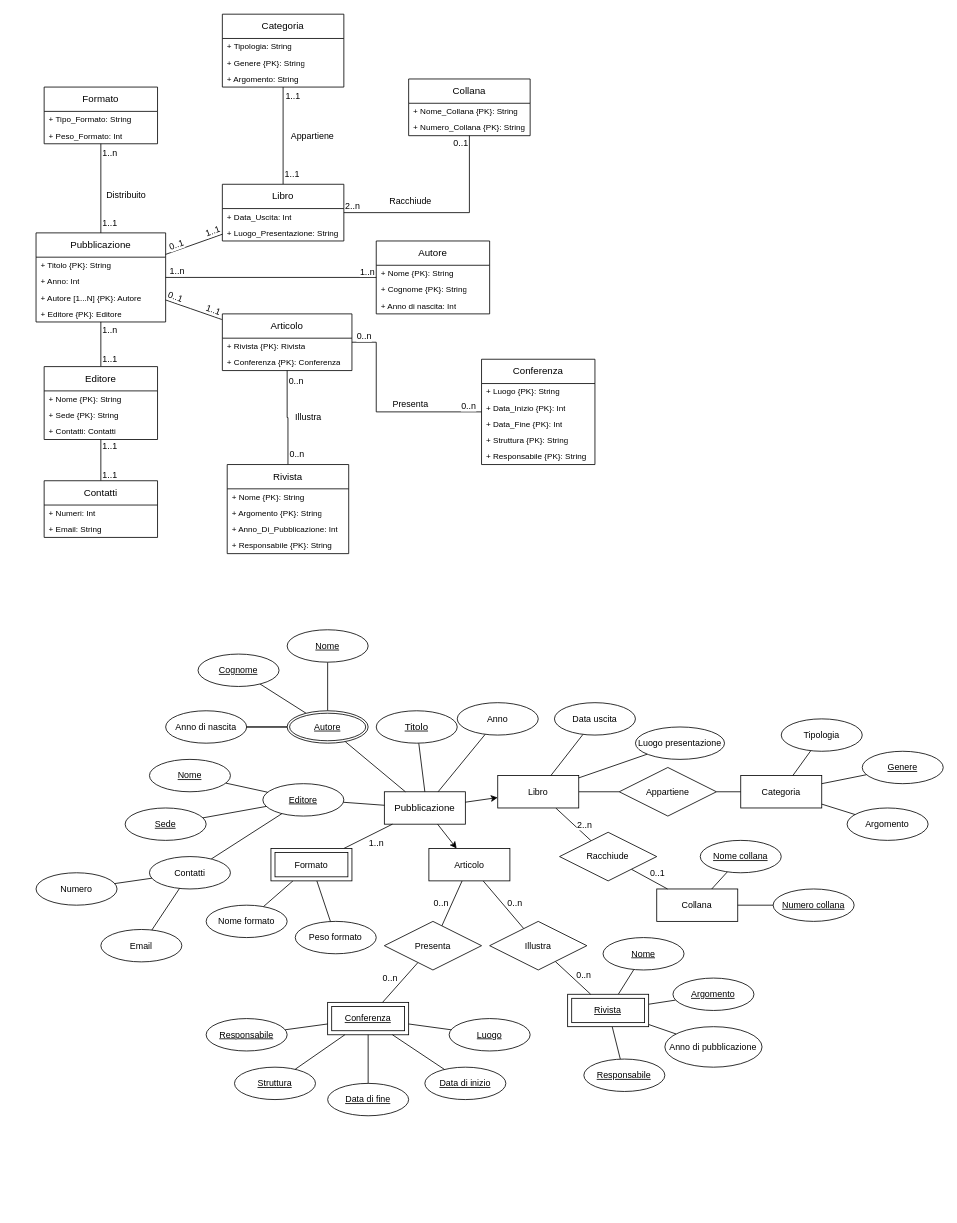
Above: Diagramma senza titolo.drawio in Mario-jpeg/Mario-jpeg (draw.io), before the change. Source tidied: cells renumbered, new cells numbered last; positions are measured from the earlier drawing's top-left corner, leaving out a move shared by most shapes. Both pictures are drawn from the tidied source at 81%, with x=0, y=0 at pixel (36, 14).
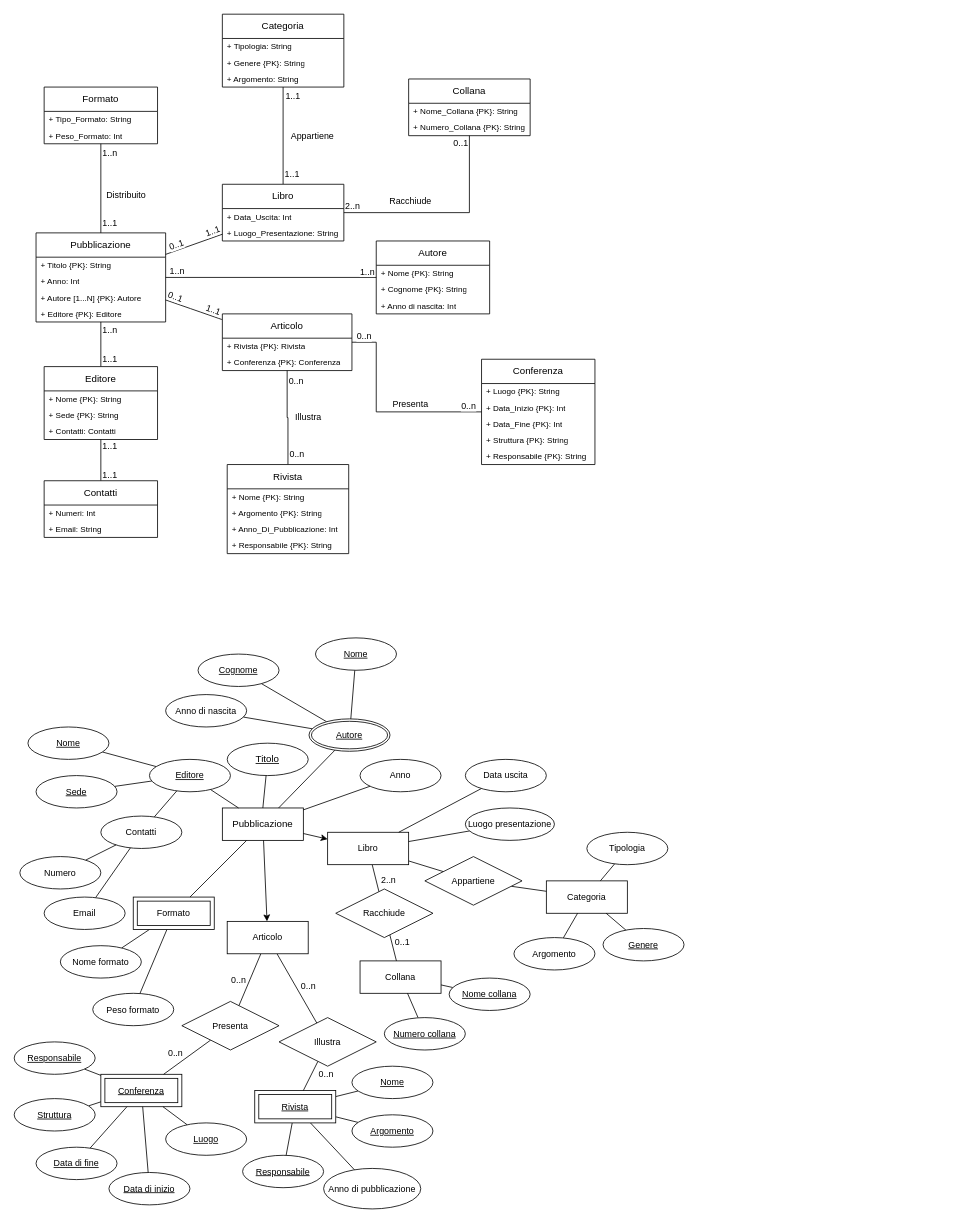
The same page after the edit.

The change refers to these unchanged cells:
```xml
<mxCell id="87" style="edgeStyle=none;shape=connector;rounded=0;jettySize=auto;html=1;strokeColor=default;align=center;verticalAlign=middle;fontFamily=Helvetica;fontSize=11;fontColor=default;labelBackgroundColor=default;startFill=0;endArrow=none;" parent="1" edge="1" source="127" target="80">
  <mxGeometry relative="1" as="geometry" />
</mxCell>
```

The edit, as a diff of the source:
```diff
@@
     <mxCell id="80" value="Pubblicazione" style="whiteSpace=wrap;html=1;align=center;" parent="1" vertex="1">
-      <mxGeometry x="430" y="960" width="100" height="40" as="geometry" />
+      <mxGeometry x="230" y="980" width="100" height="40" as="geometry" />
     </mxCell>
@@
     <mxCell id="82" value="&lt;u&gt;Titolo&lt;/u&gt;" style="ellipse;whiteSpace=wrap;html=1;align=center;" parent="1" vertex="1">
-      <mxGeometry x="420" y="860" width="100" height="40" as="geometry" />
+      <mxGeometry x="236" y="900" width="100" height="40" as="geometry" />
     </mxCell>
@@
     <mxCell id="84" value="Anno" style="ellipse;whiteSpace=wrap;html=1;align=center;fontFamily=Helvetica;fontSize=11;fontColor=default;labelBackgroundColor=default;" parent="1" vertex="1">
-      <mxGeometry x="520" y="850" width="100" height="40" as="geometry" />
+      <mxGeometry x="400" y="920" width="100" height="40" as="geometry" />
     </mxCell>
@@
-    <mxCell id="88" value="1..n" style="edgeLabel;html=1;align=center;verticalAlign=middle;fontFamily=Helvetica;fontSize=11;fontColor=default;labelBackgroundColor=default;" parent="87" vertex="1">
-      <mxGeometry x="-0.15" y="-3" relative="1" as="geometry">
-        <mxPoint x="12" y="3" as="offset" />
-      </mxGeometry>
-    </mxCell>
@@
     <mxCell id="90" value="&lt;u&gt;Nome&lt;/u&gt;" style="ellipse;whiteSpace=wrap;html=1;align=center;fontFamily=Helvetica;fontSize=11;fontColor=default;labelBackgroundColor=default;" parent="1" vertex="1">
-      <mxGeometry x="310" y="760" width="100" height="40" as="geometry" />
+      <mxGeometry x="345" y="770" width="100" height="40" as="geometry" />
     </mxCell>
@@
-    <mxCell id="93" style="edgeStyle=none;shape=connector;rounded=0;jettySize=auto;html=1;strokeColor=default;align=center;verticalAlign=middle;fontFamily=Helvetica;fontSize=11;fontColor=default;labelBackgroundColor=default;startFill=0;endArrow=none;" parent="1" edge="1" source="94">
-      <mxGeometry relative="1" as="geometry">
-        <mxPoint x="310" y="880" as="targetPoint" />
-      </mxGeometry>
-    </mxCell>
     <mxCell id="94" value="Anno di nascita" style="ellipse;whiteSpace=wrap;html=1;align=center;fontFamily=Helvetica;fontSize=11;fontColor=default;labelBackgroundColor=default;" parent="1" vertex="1">
-      <mxGeometry x="160" y="860" width="100" height="40" as="geometry" />
+      <mxGeometry x="160" y="840" width="100" height="40" as="geometry" />
     </mxCell>
@@
     <mxCell id="96" value="&lt;u&gt;Nome&lt;/u&gt;" style="ellipse;whiteSpace=wrap;html=1;align=center;fontFamily=Helvetica;fontSize=11;fontColor=default;labelBackgroundColor=default;" parent="1" vertex="1">
-      <mxGeometry x="140" y="920" width="100" height="40" as="geometry" />
+      <mxGeometry x="-10" y="880" width="100" height="40" as="geometry" />
     </mxCell>
@@
     <mxCell id="98" value="&lt;u&gt;Sede&lt;/u&gt;" style="ellipse;whiteSpace=wrap;html=1;align=center;fontFamily=Helvetica;fontSize=11;fontColor=default;labelBackgroundColor=default;" parent="1" vertex="1">
-      <mxGeometry x="110" y="980" width="100" height="40" as="geometry" />
+      <mxGeometry y="940" width="100" height="40" as="geometry" />
     </mxCell>
@@
     <mxCell id="100" value="Contatti" style="ellipse;whiteSpace=wrap;html=1;align=center;fontFamily=Helvetica;fontSize=11;fontColor=default;labelBackgroundColor=default;" parent="1" vertex="1">
-      <mxGeometry x="140" y="1040" width="100" height="40" as="geometry" />
+      <mxGeometry x="80" y="990" width="100" height="40" as="geometry" />
     </mxCell>
@@
     <mxCell id="102" value="Numero" style="ellipse;whiteSpace=wrap;html=1;align=center;fontFamily=Helvetica;fontSize=11;fontColor=default;labelBackgroundColor=default;" parent="1" vertex="1">
-      <mxGeometry y="1060" width="100" height="40" as="geometry" />
+      <mxGeometry x="-20" y="1040" width="100" height="40" as="geometry" />
     </mxCell>
@@
     <mxCell id="104" value="Email" style="ellipse;whiteSpace=wrap;html=1;align=center;fontFamily=Helvetica;fontSize=11;fontColor=default;labelBackgroundColor=default;" parent="1" vertex="1">
-      <mxGeometry x="80" y="1130" width="100" height="40" as="geometry" />
+      <mxGeometry x="10" y="1090" width="100" height="40" as="geometry" />
     </mxCell>
@@
     <mxCell id="106" value="Nome formato" style="ellipse;whiteSpace=wrap;html=1;align=center;fontFamily=Helvetica;fontSize=11;fontColor=default;labelBackgroundColor=default;" parent="1" vertex="1">
-      <mxGeometry x="210" y="1100" width="100" height="40" as="geometry" />
+      <mxGeometry x="30" y="1150" width="100" height="40" as="geometry" />
     </mxCell>
@@
     <mxCell id="108" value="Peso formato" style="ellipse;whiteSpace=wrap;html=1;align=center;fontFamily=Helvetica;fontSize=11;fontColor=default;labelBackgroundColor=default;" parent="1" vertex="1">
-      <mxGeometry x="320" y="1120" width="100" height="40" as="geometry" />
+      <mxGeometry x="70" y="1208.8" width="100" height="40" as="geometry" />
     </mxCell>
@@
     <mxCell id="113" value="Libro" style="whiteSpace=wrap;html=1;align=center;fontFamily=Helvetica;fontSize=11;fontColor=default;labelBackgroundColor=default;" parent="1" vertex="1">
-      <mxGeometry x="570" y="940" width="100" height="40" as="geometry" />
+      <mxGeometry x="360" y="1010" width="100" height="40" as="geometry" />
     </mxCell>
@@
     <mxCell id="119" value="Articolo" style="whiteSpace=wrap;html=1;align=center;fontFamily=Helvetica;fontSize=11;fontColor=default;labelBackgroundColor=default;" parent="1" vertex="1">
-      <mxGeometry x="485" y="1030" width="100" height="40" as="geometry" />
+      <mxGeometry x="236" y="1120" width="100" height="40" as="geometry" />
     </mxCell>
@@
     <mxCell id="121" value="Data uscita" style="ellipse;whiteSpace=wrap;html=1;align=center;fontFamily=Helvetica;fontSize=11;fontColor=default;labelBackgroundColor=default;" parent="1" vertex="1">
-      <mxGeometry x="640" y="850" width="100" height="40" as="geometry" />
+      <mxGeometry x="530" y="920" width="100" height="40" as="geometry" />
     </mxCell>
@@
     <mxCell id="123" value="Luogo presentazione" style="ellipse;whiteSpace=wrap;html=1;align=center;fontFamily=Helvetica;fontSize=11;fontColor=default;labelBackgroundColor=default;" parent="1" vertex="1">
-      <mxGeometry x="740" y="880" width="110" height="40" as="geometry" />
+      <mxGeometry x="530" y="980" width="110" height="40" as="geometry" />
     </mxCell>
     <mxCell id="124" value="&lt;u&gt;Editore&lt;/u&gt;" style="ellipse;whiteSpace=wrap;html=1;align=center;fontFamily=Helvetica;fontSize=11;fontColor=default;labelBackgroundColor=default;" parent="1" vertex="1">
-      <mxGeometry x="280" y="950" width="100" height="40" as="geometry" />
+      <mxGeometry x="140" y="920" width="100" height="40" as="geometry" />
     </mxCell>
@@
     <mxCell id="126" value="&lt;u&gt;Autore&lt;/u&gt;" style="ellipse;shape=doubleEllipse;margin=3;whiteSpace=wrap;html=1;align=center;fontFamily=Helvetica;fontSize=11;fontColor=default;labelBackgroundColor=default;" parent="1" vertex="1">
-      <mxGeometry x="310" y="860" width="100" height="40" as="geometry" />
+      <mxGeometry x="337" y="870" width="100" height="40" as="geometry" />
     </mxCell>
     <mxCell id="127" value="Formato" style="shape=ext;margin=3;double=1;whiteSpace=wrap;html=1;align=center;fontFamily=Helvetica;fontSize=11;fontColor=default;labelBackgroundColor=default;" parent="1" vertex="1">
-      <mxGeometry x="290" y="1030" width="100" height="40" as="geometry" />
+      <mxGeometry x="120" y="1090" width="100" height="40" as="geometry" />
     </mxCell>
     <mxCell id="128" value="Categoria" style="whiteSpace=wrap;html=1;align=center;fontFamily=Helvetica;fontSize=11;fontColor=default;labelBackgroundColor=default;" parent="1" vertex="1">
-      <mxGeometry x="870" y="940" width="100" height="40" as="geometry" />
+      <mxGeometry x="630" y="1070" width="100" height="40" as="geometry" />
     </mxCell>
     <mxCell id="129" value="Collana" style="whiteSpace=wrap;html=1;align=center;fontFamily=Helvetica;fontSize=11;fontColor=default;labelBackgroundColor=default;" parent="1" vertex="1">
-      <mxGeometry x="766.3" y="1080" width="100" height="40" as="geometry" />
+      <mxGeometry x="400" y="1168.8" width="100" height="40" as="geometry" />
     </mxCell>
@@
     <mxCell id="131" value="Tipologia" style="ellipse;whiteSpace=wrap;html=1;align=center;fontFamily=Helvetica;fontSize=11;fontColor=default;labelBackgroundColor=default;" parent="1" vertex="1">
-      <mxGeometry x="920" y="870" width="100" height="40" as="geometry" />
+      <mxGeometry x="680" y="1010" width="100" height="40" as="geometry" />
     </mxCell>
@@
     <mxCell id="133" value="&lt;u&gt;Genere&lt;/u&gt;" style="ellipse;whiteSpace=wrap;html=1;align=center;fontFamily=Helvetica;fontSize=11;fontColor=default;labelBackgroundColor=default;" parent="1" vertex="1">
-      <mxGeometry x="1020" y="910" width="100" height="40" as="geometry" />
+      <mxGeometry x="700" y="1128.8" width="100" height="40" as="geometry" />
     </mxCell>
@@
     <mxCell id="135" value="Argomento" style="ellipse;whiteSpace=wrap;html=1;align=center;fontFamily=Helvetica;fontSize=11;fontColor=default;labelBackgroundColor=default;" parent="1" vertex="1">
-      <mxGeometry x="1001.3" y="980" width="100" height="40" as="geometry" />
+      <mxGeometry x="590" y="1140" width="100" height="40" as="geometry" />
     </mxCell>
@@
     <mxCell id="137" value="&lt;u&gt;Nome collana&lt;/u&gt;" style="ellipse;whiteSpace=wrap;html=1;align=center;fontFamily=Helvetica;fontSize=11;fontColor=default;labelBackgroundColor=default;" parent="1" vertex="1">
-      <mxGeometry x="820" y="1020" width="100" height="40" as="geometry" />
+      <mxGeometry x="510" y="1190" width="100" height="40" as="geometry" />
     </mxCell>
@@
     <mxCell id="139" value="&lt;u&gt;Numero collana&lt;/u&gt;" style="ellipse;whiteSpace=wrap;html=1;align=center;fontFamily=Helvetica;fontSize=11;fontColor=default;labelBackgroundColor=default;" parent="1" vertex="1">
-      <mxGeometry x="910" y="1080" width="100" height="40" as="geometry" />
+      <mxGeometry x="430" y="1238.8" width="100" height="40" as="geometry" />
     </mxCell>
     <mxCell id="140" value="&lt;u&gt;Conferenza&lt;/u&gt;" style="shape=ext;margin=3;double=1;whiteSpace=wrap;html=1;align=center;fontFamily=Helvetica;fontSize=11;fontColor=default;labelBackgroundColor=default;" parent="1" vertex="1">
-      <mxGeometry x="360" y="1220" width="100" height="40" as="geometry" />
+      <mxGeometry x="80" y="1308.8" width="100" height="40" as="geometry" />
     </mxCell>
@@
     <mxCell id="145" value="&lt;u&gt;Rivista&lt;/u&gt;" style="shape=ext;margin=3;double=1;whiteSpace=wrap;html=1;align=center;fontFamily=Helvetica;fontSize=11;fontColor=default;labelBackgroundColor=default;" parent="1" vertex="1">
-      <mxGeometry x="656.3" y="1210" width="100" height="40" as="geometry" />
+      <mxGeometry x="270" y="1328.8" width="100" height="40" as="geometry" />
     </mxCell>
@@
     <mxCell id="147" value="&lt;u&gt;Luogo&lt;/u&gt;" style="ellipse;whiteSpace=wrap;html=1;align=center;fontFamily=Helvetica;fontSize=11;fontColor=default;labelBackgroundColor=default;" parent="1" vertex="1">
-      <mxGeometry x="510" y="1240" width="100" height="40" as="geometry" />
+      <mxGeometry x="160" y="1368.8" width="100" height="40" as="geometry" />
     </mxCell>
     <mxCell id="148" value="&lt;u&gt;Responsabile&lt;/u&gt;" style="ellipse;whiteSpace=wrap;html=1;align=center;fontFamily=Helvetica;fontSize=11;fontColor=default;labelBackgroundColor=default;" parent="1" vertex="1">
-      <mxGeometry x="676.3" y="1290" width="100" height="40" as="geometry" />
+      <mxGeometry x="255" y="1408.8" width="100" height="40" as="geometry" />
     </mxCell>
     <mxCell id="149" value="&lt;u&gt;Argomento&lt;/u&gt;" style="ellipse;whiteSpace=wrap;html=1;align=center;fontFamily=Helvetica;fontSize=11;fontColor=default;labelBackgroundColor=default;" parent="1" vertex="1">
-      <mxGeometry x="786.3" y="1190" width="100" height="40" as="geometry" />
+      <mxGeometry x="390" y="1358.8" width="100" height="40" as="geometry" />
     </mxCell>
     <mxCell id="150" value="&lt;u&gt;Nome&lt;/u&gt;" style="ellipse;whiteSpace=wrap;html=1;align=center;fontFamily=Helvetica;fontSize=11;fontColor=default;labelBackgroundColor=default;" parent="1" vertex="1">
-      <mxGeometry x="700" y="1140" width="100" height="40" as="geometry" />
+      <mxGeometry x="390" y="1298.8" width="100" height="40" as="geometry" />
     </mxCell>
     <mxCell id="151" value="Anno di pubblicazione" style="ellipse;whiteSpace=wrap;html=1;align=center;fontFamily=Helvetica;fontSize=11;fontColor=default;labelBackgroundColor=default;" parent="1" vertex="1">
-      <mxGeometry x="776.3" y="1250" width="120" height="50" as="geometry" />
+      <mxGeometry x="355" y="1425" width="120" height="50" as="geometry" />
     </mxCell>
@@
     <mxCell id="153" value="&lt;u&gt;Data di inizio&lt;/u&gt;" style="ellipse;whiteSpace=wrap;html=1;align=center;fontFamily=Helvetica;fontSize=11;fontColor=default;labelBackgroundColor=default;" parent="1" vertex="1">
-      <mxGeometry x="480" y="1300" width="100" height="40" as="geometry" />
+      <mxGeometry x="90" y="1430" width="100" height="40" as="geometry" />
     </mxCell>
@@
     <mxCell id="155" value="&lt;u&gt;Data di fine&lt;/u&gt;" style="ellipse;whiteSpace=wrap;html=1;align=center;fontFamily=Helvetica;fontSize=11;fontColor=default;labelBackgroundColor=default;" parent="1" vertex="1">
-      <mxGeometry x="360" y="1320" width="100" height="40" as="geometry" />
+      <mxGeometry y="1398.8" width="100" height="40" as="geometry" />
     </mxCell>
@@
     <mxCell id="157" value="&lt;u&gt;Struttura&lt;/u&gt;" style="ellipse;whiteSpace=wrap;html=1;align=center;fontFamily=Helvetica;fontSize=11;fontColor=default;labelBackgroundColor=default;" parent="1" vertex="1">
-      <mxGeometry x="245" y="1300" width="100" height="40" as="geometry" />
+      <mxGeometry x="-27" y="1338.8" width="100" height="40" as="geometry" />
     </mxCell>
@@
     <mxCell id="159" value="&lt;u&gt;Responsabile&lt;/u&gt;" style="ellipse;whiteSpace=wrap;html=1;align=center;fontFamily=Helvetica;fontSize=11;fontColor=default;labelBackgroundColor=default;" parent="1" vertex="1">
-      <mxGeometry x="210" y="1240" width="100" height="40" as="geometry" />
+      <mxGeometry x="-27" y="1268.8" width="100" height="40" as="geometry" />
     </mxCell>
@@
     <mxCell id="161" value="Appartiene" style="shape=rhombus;perimeter=rhombusPerimeter;whiteSpace=wrap;html=1;align=center;fontFamily=Helvetica;fontSize=11;fontColor=default;labelBackgroundColor=default;" parent="1" vertex="1">
-      <mxGeometry x="720" y="930" width="120" height="60" as="geometry" />
+      <mxGeometry x="480" y="1040" width="120" height="60" as="geometry" />
     </mxCell>
@@
     <mxCell id="164" value="Racchiude" style="shape=rhombus;perimeter=rhombusPerimeter;whiteSpace=wrap;html=1;align=center;fontFamily=Helvetica;fontSize=11;fontColor=default;labelBackgroundColor=default;" parent="1" vertex="1">
-      <mxGeometry x="646.3" y="1010" width="120" height="60" as="geometry" />
+      <mxGeometry x="370" y="1080" width="120" height="60" as="geometry" />
     </mxCell>
@@
     <mxCell id="167" value="Illustra" style="shape=rhombus;perimeter=rhombusPerimeter;whiteSpace=wrap;html=1;align=center;fontFamily=Helvetica;fontSize=11;fontColor=default;labelBackgroundColor=default;" parent="1" vertex="1">
-      <mxGeometry x="560" y="1120" width="120" height="60" as="geometry" />
+      <mxGeometry x="300" y="1238.8" width="120" height="60" as="geometry" />
     </mxCell>
@@
     <mxCell id="170" value="Presenta" style="shape=rhombus;perimeter=rhombusPerimeter;whiteSpace=wrap;html=1;align=center;fontFamily=Helvetica;fontSize=11;fontColor=default;labelBackgroundColor=default;" parent="1" vertex="1">
-      <mxGeometry x="430" y="1120" width="120" height="60" as="geometry" />
+      <mxGeometry x="180" y="1218.8" width="120" height="60" as="geometry" />
     </mxCell>
```
